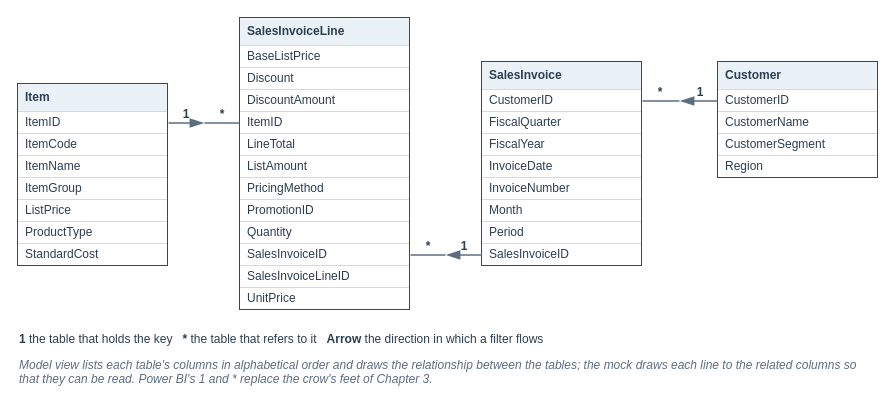
Earlier version of the draw.io diagram visuals/src/fig-13-04-model-view.drawio (mmcodesso/Accounting_Analytics_Book). Source tidied: cells renumbered, new cells numbered last; positions are measured from the earlier drawing's top-left corner, leaving out a move shared by most shapes. Both pictures are drawn from the tidied source at 100%, with x=0, y=0 at pixel (17, 17).
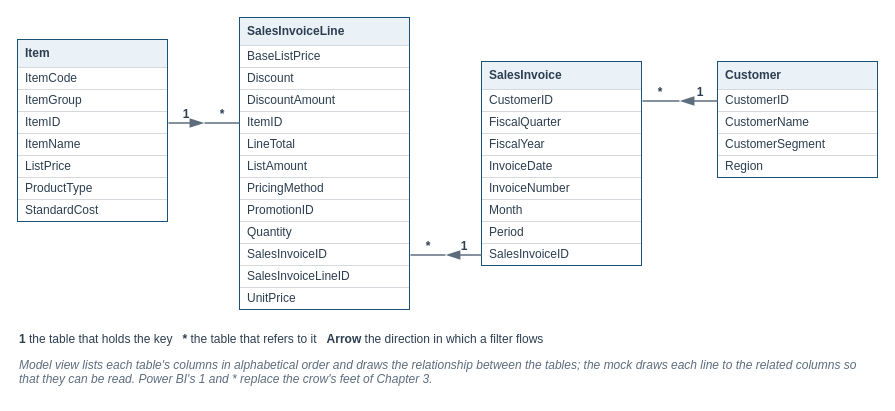
After the change.

Diff of the diagram source:
```diff
@@
     <mxCell id="3" value="&lt;b&gt;Item&lt;/b&gt;" style="rounded=0;arcSize=6;whiteSpace=wrap;html=1;fillColor=#EAF2F8;strokeColor=#1A5276;strokeWidth=1;fontColor=#2C3E50;fontSize=12;fontStyle=0;align=left;verticalAlign=middle;fontFamily=Helvetica;spacingLeft=6;spacingRight=6;" parent="1" vertex="1">
-      <mxGeometry y="66" width="150" height="28" as="geometry" />
+      <mxGeometry y="22" width="150" height="28" as="geometry" />
     </mxCell>
-    <mxCell id="4" value="ItemID" style="rounded=0;arcSize=6;whiteSpace=wrap;html=1;fillColor=#FFFFFF;strokeColor=#D5D8DC;strokeWidth=1;fontColor=#2C3E50;fontSize=12;fontStyle=0;align=left;verticalAlign=middle;fontFamily=Helvetica;spacingLeft=6;spacingRight=6;" parent="1" vertex="1">
-      <mxGeometry y="94" width="150" height="22" as="geometry" />
+    <mxCell id="4" value="ItemCode" style="rounded=0;arcSize=6;whiteSpace=wrap;html=1;fillColor=#FFFFFF;strokeColor=#D5D8DC;strokeWidth=1;fontColor=#2C3E50;fontSize=12;fontStyle=0;align=left;verticalAlign=middle;fontFamily=Helvetica;spacingLeft=6;spacingRight=6;" parent="1" vertex="1">
+      <mxGeometry y="50" width="150" height="22" as="geometry" />
     </mxCell>
-    <mxCell id="5" value="ItemCode" style="rounded=0;arcSize=6;whiteSpace=wrap;html=1;fillColor=#FFFFFF;strokeColor=#D5D8DC;strokeWidth=1;fontColor=#2C3E50;fontSize=12;fontStyle=0;align=left;verticalAlign=middle;fontFamily=Helvetica;spacingLeft=6;spacingRight=6;" parent="1" vertex="1">
-      <mxGeometry y="116" width="150" height="22" as="geometry" />
+    <mxCell id="5" value="ItemGroup" style="rounded=0;arcSize=6;whiteSpace=wrap;html=1;fillColor=#FFFFFF;strokeColor=#D5D8DC;strokeWidth=1;fontColor=#2C3E50;fontSize=12;fontStyle=0;align=left;verticalAlign=middle;fontFamily=Helvetica;spacingLeft=6;spacingRight=6;" parent="1" vertex="1">
+      <mxGeometry y="72" width="150" height="22" as="geometry" />
     </mxCell>
-    <mxCell id="6" value="ItemName" style="rounded=0;arcSize=6;whiteSpace=wrap;html=1;fillColor=#FFFFFF;strokeColor=#D5D8DC;strokeWidth=1;fontColor=#2C3E50;fontSize=12;fontStyle=0;align=left;verticalAlign=middle;fontFamily=Helvetica;spacingLeft=6;spacingRight=6;" parent="1" vertex="1">
-      <mxGeometry y="138" width="150" height="22" as="geometry" />
+    <mxCell id="6" value="ItemID" style="rounded=0;arcSize=6;whiteSpace=wrap;html=1;fillColor=#FFFFFF;strokeColor=#D5D8DC;strokeWidth=1;fontColor=#2C3E50;fontSize=12;fontStyle=0;align=left;verticalAlign=middle;fontFamily=Helvetica;spacingLeft=6;spacingRight=6;" parent="1" vertex="1">
+      <mxGeometry y="94" width="150" height="22" as="geometry" />
     </mxCell>
-    <mxCell id="7" value="ItemGroup" style="rounded=0;arcSize=6;whiteSpace=wrap;html=1;fillColor=#FFFFFF;strokeColor=#D5D8DC;strokeWidth=1;fontColor=#2C3E50;fontSize=12;fontStyle=0;align=left;verticalAlign=middle;fontFamily=Helvetica;spacingLeft=6;spacingRight=6;" parent="1" vertex="1">
-      <mxGeometry y="160" width="150" height="22" as="geometry" />
+    <mxCell id="7" value="ItemName" style="rounded=0;arcSize=6;whiteSpace=wrap;html=1;fillColor=#FFFFFF;strokeColor=#D5D8DC;strokeWidth=1;fontColor=#2C3E50;fontSize=12;fontStyle=0;align=left;verticalAlign=middle;fontFamily=Helvetica;spacingLeft=6;spacingRight=6;" parent="1" vertex="1">
+      <mxGeometry y="116" width="150" height="22" as="geometry" />
     </mxCell>
     <mxCell id="8" value="ListPrice" style="rounded=0;arcSize=6;whiteSpace=wrap;html=1;fillColor=#FFFFFF;strokeColor=#D5D8DC;strokeWidth=1;fontColor=#2C3E50;fontSize=12;fontStyle=0;align=left;verticalAlign=middle;fontFamily=Helvetica;spacingLeft=6;spacingRight=6;" parent="1" vertex="1">
-      <mxGeometry y="182" width="150" height="22" as="geometry" />
+      <mxGeometry y="138" width="150" height="22" as="geometry" />
     </mxCell>
     <mxCell id="9" value="ProductType" style="rounded=0;arcSize=6;whiteSpace=wrap;html=1;fillColor=#FFFFFF;strokeColor=#D5D8DC;strokeWidth=1;fontColor=#2C3E50;fontSize=12;fontStyle=0;align=left;verticalAlign=middle;fontFamily=Helvetica;spacingLeft=6;spacingRight=6;" parent="1" vertex="1">
-      <mxGeometry y="204" width="150" height="22" as="geometry" />
+      <mxGeometry y="160" width="150" height="22" as="geometry" />
     </mxCell>
     <mxCell id="10" value="StandardCost" style="rounded=0;arcSize=6;whiteSpace=wrap;html=1;fillColor=#FFFFFF;strokeColor=#D5D8DC;strokeWidth=1;fontColor=#2C3E50;fontSize=12;fontStyle=0;align=left;verticalAlign=middle;fontFamily=Helvetica;spacingLeft=6;spacingRight=6;" parent="1" vertex="1">
-      <mxGeometry y="226" width="150" height="22" as="geometry" />
+      <mxGeometry y="182" width="150" height="22" as="geometry" />
     </mxCell>
     <mxCell id="11" style="rounded=0;arcSize=6;whiteSpace=wrap;html=1;fillColor=none;strokeColor=#1A5276;strokeWidth=1;fontColor=#2C3E50;fontSize=13;fontStyle=0;align=center;verticalAlign=middle;fontFamily=Helvetica;spacingLeft=6;spacingRight=6;" parent="1" vertex="1">
-      <mxGeometry y="66" width="150" height="182" as="geometry" />
+      <mxGeometry y="22" width="150" height="182" as="geometry" />
     </mxCell>
```
